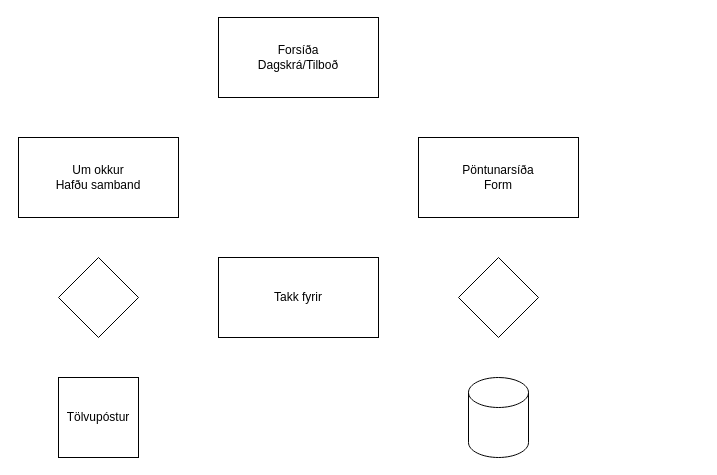
Above: Verkefni-6/Námsefni-6/flowChart.drawio in vefhonnun/24H-verkefni (draw.io), before the change. Source tidied: cells renumbered, new cells numbered last; positions are measured from the earlier drawing's top-left corner, leaving out a move shared by most shapes. Both pictures are drawn from the tidied source at 100%, with x=0, y=0 at pixel (18, 17).
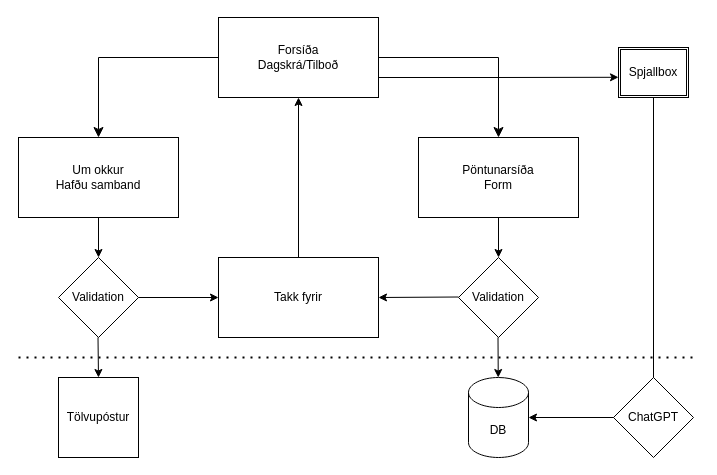
Above is the later version.

The change refers to these unchanged cells:
```xml
<mxCell id="2" value="Forsíða&lt;div&gt;Dagskrá/Tilboð&lt;/div&gt;" style="rounded=0;whiteSpace=wrap;html=1;" parent="1" vertex="1">
  <mxGeometry x="200" width="160" height="80" as="geometry" />
</mxCell>
<mxCell id="3" value="Tölvupóstur" style="whiteSpace=wrap;html=1;" parent="1" vertex="1">
  <mxGeometry x="40" y="360" width="80" height="80" as="geometry" />
</mxCell>
<mxCell id="5" value="Pöntunarsíða&lt;br&gt;Form" style="rounded=0;whiteSpace=wrap;html=1;" parent="1" vertex="1">
  <mxGeometry x="400" y="120" width="160" height="80" as="geometry" />
</mxCell>
<mxCell id="6" value="Um okkur&lt;br&gt;Hafðu samband" style="rounded=0;whiteSpace=wrap;html=1;" parent="1" vertex="1">
  <mxGeometry y="120" width="160" height="80" as="geometry" />
</mxCell>
<mxCell id="8" value="Takk fyrir" style="rounded=0;whiteSpace=wrap;html=1;" parent="1" vertex="1">
  <mxGeometry x="200" y="240" width="160" height="80" as="geometry" />
</mxCell>
```

The edit, as a diff of the source:
```diff
@@
+    <mxCell id="10" style="edgeStyle=orthogonalEdgeStyle;rounded=0;jettySize=auto;html=1;exitX=1;exitY=0.75;exitDx=0;exitDy=0;" parent="1" edge="1" source="2">
+      <mxGeometry relative="1" as="geometry">
+        <mxPoint x="600" y="59.8" as="targetPoint" />
+      </mxGeometry>
+    </mxCell>
@@
-    <mxCell id="4" style="shape=cylinder3;whiteSpace=wrap;html=1;boundedLbl=1;backgroundOutline=1;size=15;" parent="1" vertex="1">
+    <mxCell id="4" value="DB" style="shape=cylinder3;whiteSpace=wrap;html=1;boundedLbl=1;backgroundOutline=1;size=15;" parent="1" vertex="1">
       <mxGeometry x="450" y="360" width="60" height="80" as="geometry" />
     </mxCell>
+    <mxCell id="11" style="edgeStyle=orthogonalEdgeStyle;rounded=0;jettySize=auto;html=1;exitX=0.5;exitY=1;exitDx=0;exitDy=0;entryX=0.5;entryY=0;entryDx=0;entryDy=0;" parent="1" edge="1" source="5" target="7">
+      <mxGeometry relative="1" as="geometry" />
+    </mxCell>
@@
+    <mxCell id="12" style="edgeStyle=orthogonalEdgeStyle;rounded=0;jettySize=auto;html=1;exitX=0.5;exitY=1;exitDx=0;exitDy=0;entryX=0.5;entryY=0;entryDx=0;entryDy=0;" parent="1" edge="1" source="6" target="16">
+      <mxGeometry relative="1" as="geometry" />
+    </mxCell>
@@
-    <mxCell id="7" style="rhombus;whiteSpace=wrap;html=1;" parent="1" vertex="1">
+    <mxCell id="7" value="Validation" style="rhombus;whiteSpace=wrap;html=1;" parent="1" vertex="1">
       <mxGeometry x="440" y="240" width="80" height="80" as="geometry" />
     </mxCell>
@@
-    <mxCell id="9" style="rhombus;whiteSpace=wrap;html=1;" parent="1" vertex="1">
-      <mxGeometry x="40" y="240" width="80" height="80" as="geometry" />
-    </mxCell>
+    <mxCell id="13" style="endArrow=classic;html=1;rounded=0;entryX=0.5;entryY=1;entryDx=0;entryDy=0;" parent="1" edge="1" target="2">
+      <mxGeometry relative="1" as="geometry">
+        <mxPoint x="280" y="240" as="sourcePoint" />
+      </mxGeometry>
+    </mxCell>
+    <mxCell id="14" style="edgeStyle=segmentEdgeStyle;endArrow=classic;html=1;curved=0;rounded=0;endSize=8;startSize=8;entryX=0.5;entryY=0;entryDx=0;entryDy=0;" parent="1" edge="1" target="5">
+      <mxGeometry relative="1" as="geometry">
+        <mxPoint x="360" y="40" as="sourcePoint" />
+        <Array as="points">
+          <mxPoint x="480" y="40" />
+        </Array>
+      </mxGeometry>
+    </mxCell>
+    <mxCell id="15" style="endArrow=classic;html=1;rounded=0;entryX=1;entryY=0.5;entryDx=0;entryDy=0;" parent="1" edge="1" target="8">
+      <mxGeometry relative="1" as="geometry">
+        <mxPoint x="440" y="279.5" as="sourcePoint" />
+      </mxGeometry>
+    </mxCell>
+    <mxCell id="16" value="Validation" style="rhombus;whiteSpace=wrap;html=1;" parent="1" vertex="1">
+      <mxGeometry x="40" y="240" width="80" height="80" as="geometry" />
+    </mxCell>
+    <mxCell id="17" style="endArrow=classic;html=1;rounded=0;exitX=1;exitY=0.5;exitDx=0;exitDy=0;entryX=0;entryY=0.5;entryDx=0;entryDy=0;" parent="1" edge="1" source="16" target="8">
+      <mxGeometry relative="1" as="geometry" />
+    </mxCell>
+    <mxCell id="18" style="edgeStyle=segmentEdgeStyle;endArrow=classic;html=1;curved=0;rounded=0;endSize=8;startSize=8;exitX=0;exitY=0.5;exitDx=0;exitDy=0;entryX=0.5;entryY=0;entryDx=0;entryDy=0;" parent="1" edge="1" source="2" target="6">
+      <mxGeometry relative="1" as="geometry">
+        <Array as="points">
+          <mxPoint x="80" y="40" />
+        </Array>
+      </mxGeometry>
+    </mxCell>
+    <mxCell id="19" style="endArrow=classic;html=1;rounded=0;entryX=0.5;entryY=0;entryDx=0;entryDy=0;" parent="1" edge="1" target="3">
+      <mxGeometry relative="1" as="geometry">
+        <mxPoint x="79.5" y="320" as="sourcePoint" />
+      </mxGeometry>
+    </mxCell>
+    <mxCell id="20" style="endArrow=classic;html=1;rounded=0;" parent="1" edge="1" target="4">
+      <mxGeometry relative="1" as="geometry">
+        <mxPoint x="479.5" y="320" as="sourcePoint" />
+      </mxGeometry>
+    </mxCell>
+    <mxCell id="21" value="Spjallbox" style="shape=ext;double=1;rounded=0;whiteSpace=wrap;html=1;" parent="1" vertex="1">
+      <mxGeometry x="600" y="30" width="70" height="50" as="geometry" />
+    </mxCell>
+    <mxCell id="22" style="endArrow=classic;html=1;rounded=0;edgeStyle=orthogonalEdgeStyle;exitX=0.5;exitY=1;exitDx=0;exitDy=0;" parent="1" edge="1" source="21" target="4">
+      <mxGeometry relative="1" as="geometry">
+        <Array as="points">
+          <mxPoint x="635" y="400" />
+        </Array>
+      </mxGeometry>
+    </mxCell>
+    <mxCell id="23" value="ChatGPT" style="rhombus;whiteSpace=wrap;html=1;" parent="1" vertex="1">
+      <mxGeometry x="595" y="360" width="80" height="80" as="geometry" />
+    </mxCell>
+    <mxCell id="24" style="endArrow=none;dashed=1;html=1;dashPattern=1 3;strokeWidth=2;rounded=0;" parent="1" edge="1">
+      <mxGeometry relative="1" as="geometry">
+        <mxPoint y="340" as="sourcePoint" />
+        <mxPoint x="680" y="340" as="targetPoint" />
+      </mxGeometry>
+    </mxCell>
```
